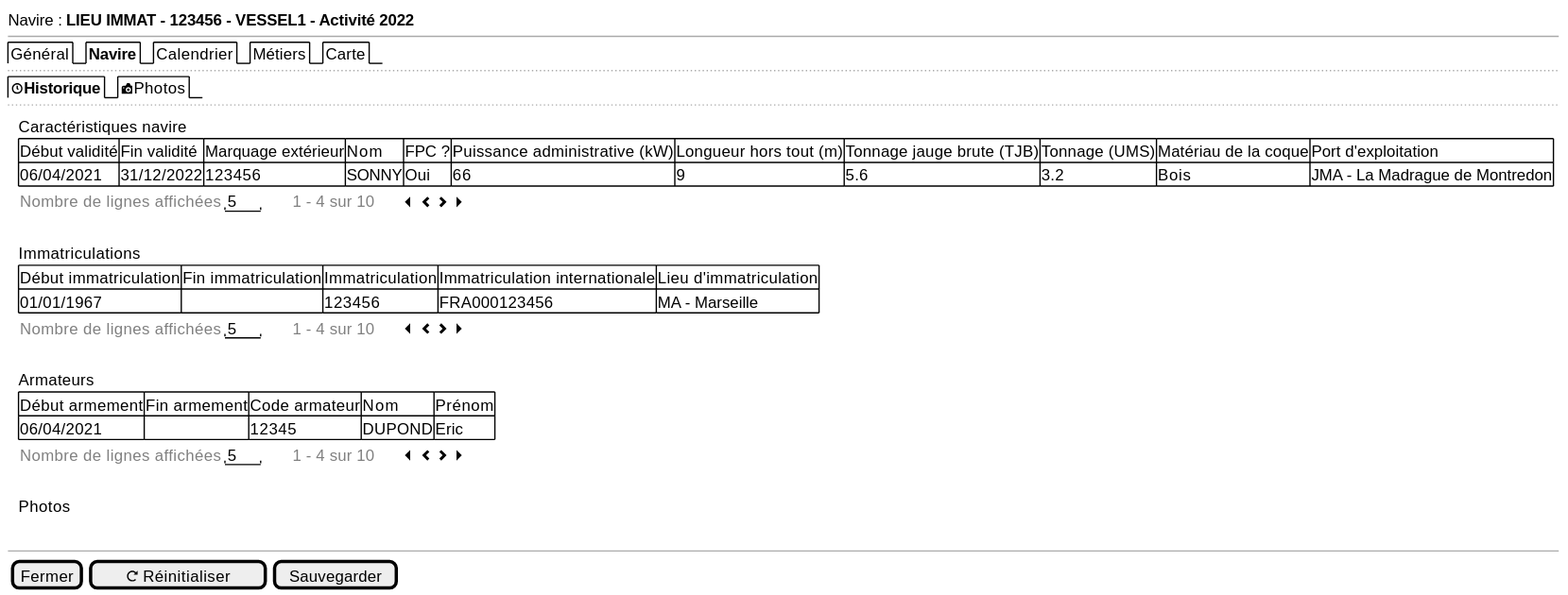
Above: projects/activity-calendar/spe/images/activity-calendar-vessels-history.svg in sumaris-net/sumaris-doc (PlantUML), before the change. Its diagram source:
```plantuml
@startsalt
{
  Navire : <b>LIEU IMMAT - 123456 - VESSEL1 - Activité 2022
  --
  {/ Général | <b>Navire | Calendrier | Métiers | Carte}
  ..
  {/ <&clock><b>Historique | <&camera-slr>Photos}
  ..
  {{

    {
    . | Caractéristiques navire
    . | {# Début validité | Fin validité | Marquage extérieur | Nom | FPC ? | Puissance administrative (kW) | Longueur hors tout (m) | Tonnage jauge brute (TJB) | Tonnage (UMS) | Matériau de la coque | Port d'exploitation
        06/04/2021 | 31/12/2022 | 123456 | SONNY | Oui | 66 | 9 | 5.6 | 3.2 | Bois | JMA - La Madrague de Montredon }
    . | { <font color=grey>Nombre de lignes affichées</font> |  " 5 "  | . | . | . | . | <font color=grey>1 - 4 sur 10 | . | . | . | . | <&caret-left> <&chevron-left> <&chevron-right> <&caret-right> }
    .

    . | Immatriculations
    . | {# Début immatriculation | Fin immatriculation | Immatriculation | Immatriculation internationale | Lieu d'immatriculation
       01/01/1967 | . | 123456 | FRA000123456 | MA - Marseille}
    . | { <font color=grey>Nombre de lignes affichées</font> |  " 5 "  | . | . | . | . | <font color=grey>1 - 4 sur 10 | . | . | . | . | <&caret-left> <&chevron-left> <&chevron-right> <&caret-right> }
    .
    . | Armateurs
    . | {# Début armement | Fin armement | Code armateur |  Nom | Prénom
        06/04/2021 | . | 12345 | DUPOND | Eric }
    . | { <font color=grey>Nombre de lignes affichées</font> |  " 5 "  | . | . | . | . | <font color=grey>1 - 4 sur 10 | . | . | . | . | <&caret-left> <&chevron-left> <&chevron-right> <&caret-right> }
    .
    . | Photos
    }
  }

}

  .
  --
  { [Fermer] | [<&reload> Réinitialiser] | [Sauvegarder] }
}
@endsalt
```
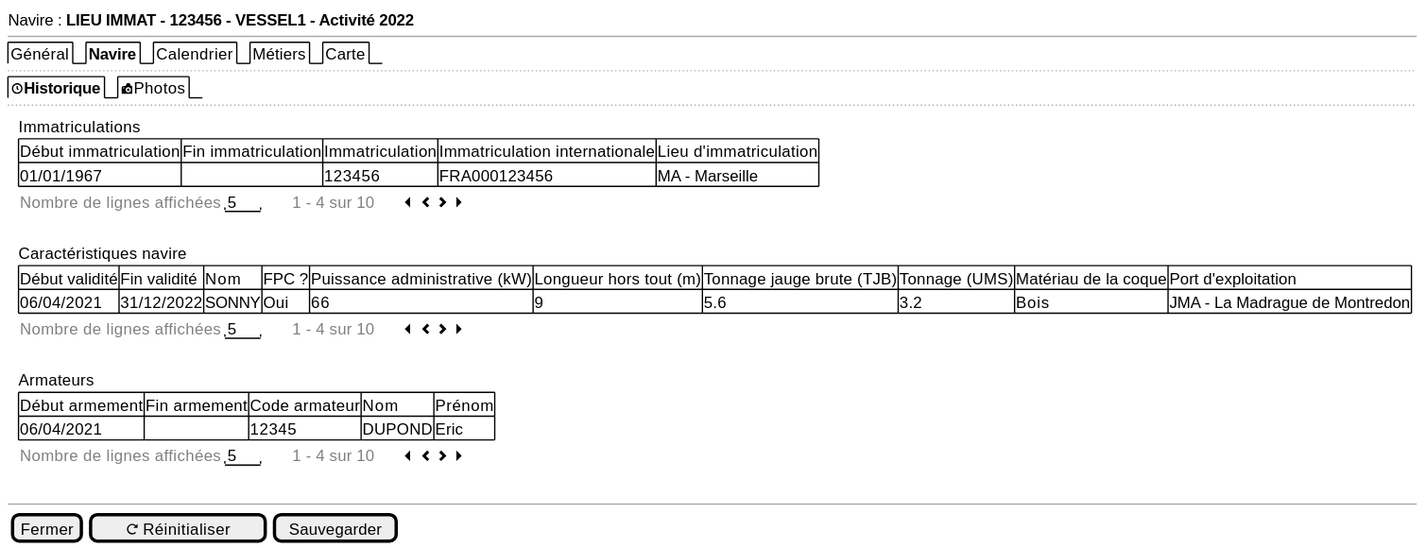
The same diagram one commit later.

Change to the diagram source:
```diff
@@ -9,23 +9,24 @@
   {{
 
     {
-    . | Caractéristiques navire
-    . | {# Début validité | Fin validité | Marquage extérieur | Nom | FPC ? | Puissance administrative (kW) | Longueur hors tout (m) | Tonnage jauge brute (TJB) | Tonnage (UMS) | Matériau de la coque | Port d'exploitation
-        06/04/2021 | 31/12/2022 | 123456 | SONNY | Oui | 66 | 9 | 5.6 | 3.2 | Bois | JMA - La Madrague de Montredon }
-    . | { <font color=grey>Nombre de lignes affichées</font> |  " 5 "  | . | . | . | . | <font color=grey>1 - 4 sur 10 | . | . | . | . | <&caret-left> <&chevron-left> <&chevron-right> <&caret-right> }
-    .
-
     . | Immatriculations
     . | {# Début immatriculation | Fin immatriculation | Immatriculation | Immatriculation internationale | Lieu d'immatriculation
        01/01/1967 | . | 123456 | FRA000123456 | MA - Marseille}
     . | { <font color=grey>Nombre de lignes affichées</font> |  " 5 "  | . | . | . | . | <font color=grey>1 - 4 sur 10 | . | . | . | . | <&caret-left> <&chevron-left> <&chevron-right> <&caret-right> }
     .
+
+    . | Caractéristiques navire
+    . | {# Début validité | Fin validité | Nom | FPC ? | Puissance administrative (kW) | Longueur hors tout (m) | Tonnage jauge brute (TJB) | Tonnage (UMS) | Matériau de la coque | Port d'exploitation
+        06/04/2021 | 31/12/2022 | SONNY | Oui | 66 | 9 | 5.6 | 3.2 | Bois | JMA - La Madrague de Montredon }
+    . | { <font color=grey>Nombre de lignes affichées</font> |  " 5 "  | . | . | . | . | <font color=grey>1 - 4 sur 10 | . | . | . | . | <&caret-left> <&chevron-left> <&chevron-right> <&caret-right> }
+    .
+
+
     . | Armateurs
     . | {# Début armement | Fin armement | Code armateur |  Nom | Prénom
         06/04/2021 | . | 12345 | DUPOND | Eric }
     . | { <font color=grey>Nombre de lignes affichées</font> |  " 5 "  | . | . | . | . | <font color=grey>1 - 4 sur 10 | . | . | . | . | <&caret-left> <&chevron-left> <&chevron-right> <&caret-right> }
-    .
-    . | Photos
+
     }
   }
 
```
